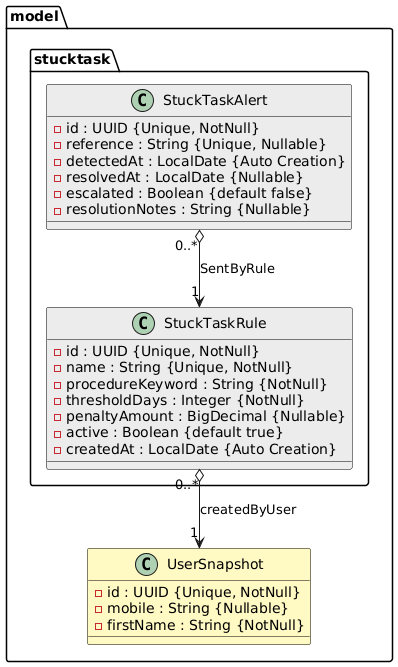
Before: docs/models/modeladoUML_DetectorDeTareasAtascadas.png, a diagram exported from PlantUML (miw-upm/apaw).
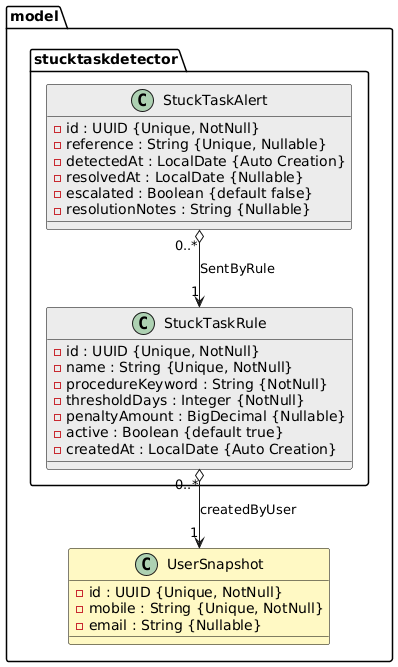
The same file after the commit.

Commit message:
Fixing package name and Adding email used for criteria feature to user UML model miw-upm/apaw#67

Diff of the diagram source:
```diff
@@ -8,11 +8,11 @@
 
   class UserSnapshot #FFF9C4 {
     - id : UUID {Unique, NotNull}
-    - mobile : String {Nullable}
-    - firstName : String {NotNull}
+    - mobile : String {Unique, NotNull}
+    - email : String {Nullable}
   }
 
-  package "stucktask" {
+  package "stucktaskdetector" {
 
     class StuckTaskRule {
       - id : UUID {Unique, NotNull}
```
